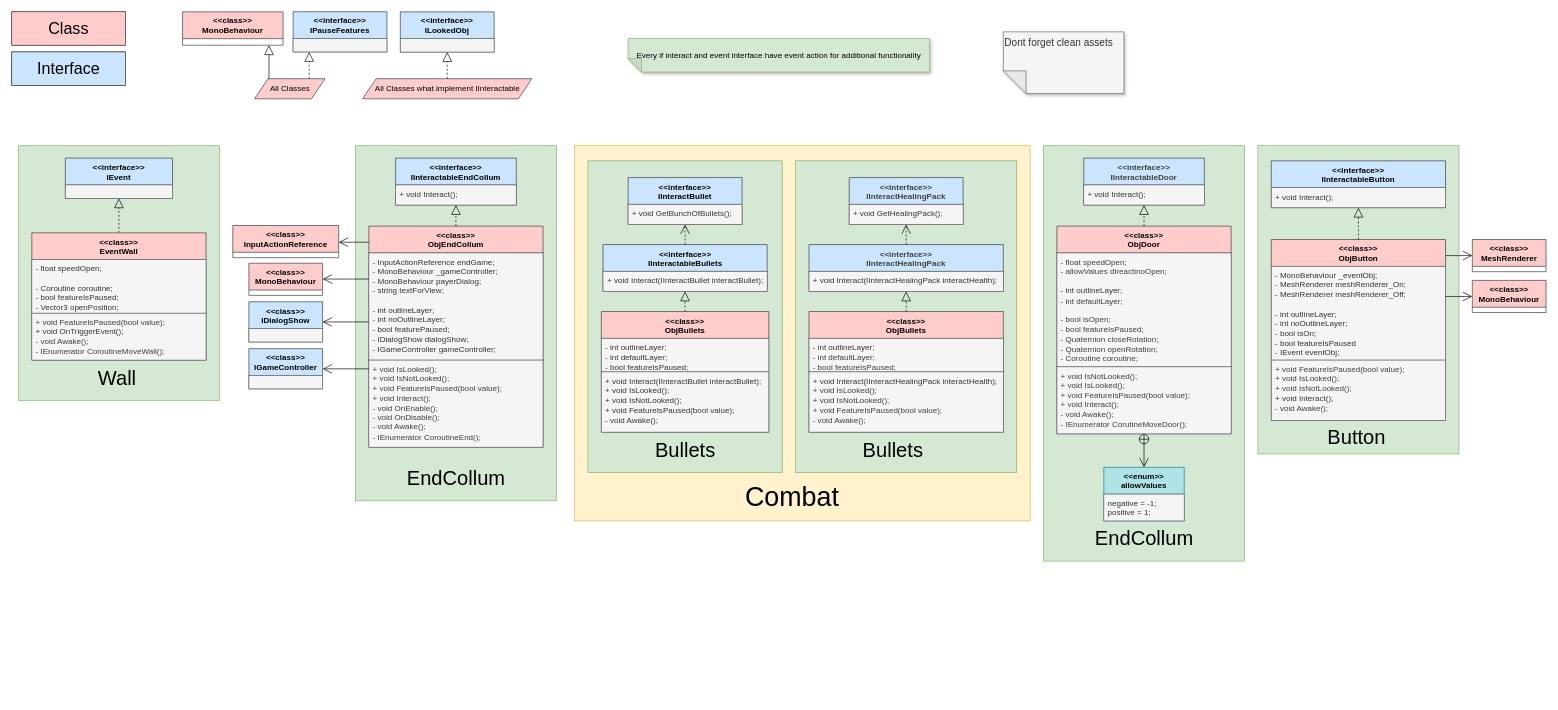
OGecgo/TheCatCult keeps this draw.io diagram as doc/Class_Diagram_Objects.drawio. Above is the earlier version. Source tidied: cells renumbered, new cells numbered last; positions are measured from the earlier drawing's top-left corner, leaving out a move shared by most shapes. Both pictures are drawn from the tidied source at 67%, with x=0, y=0 at pixel (11, 11).
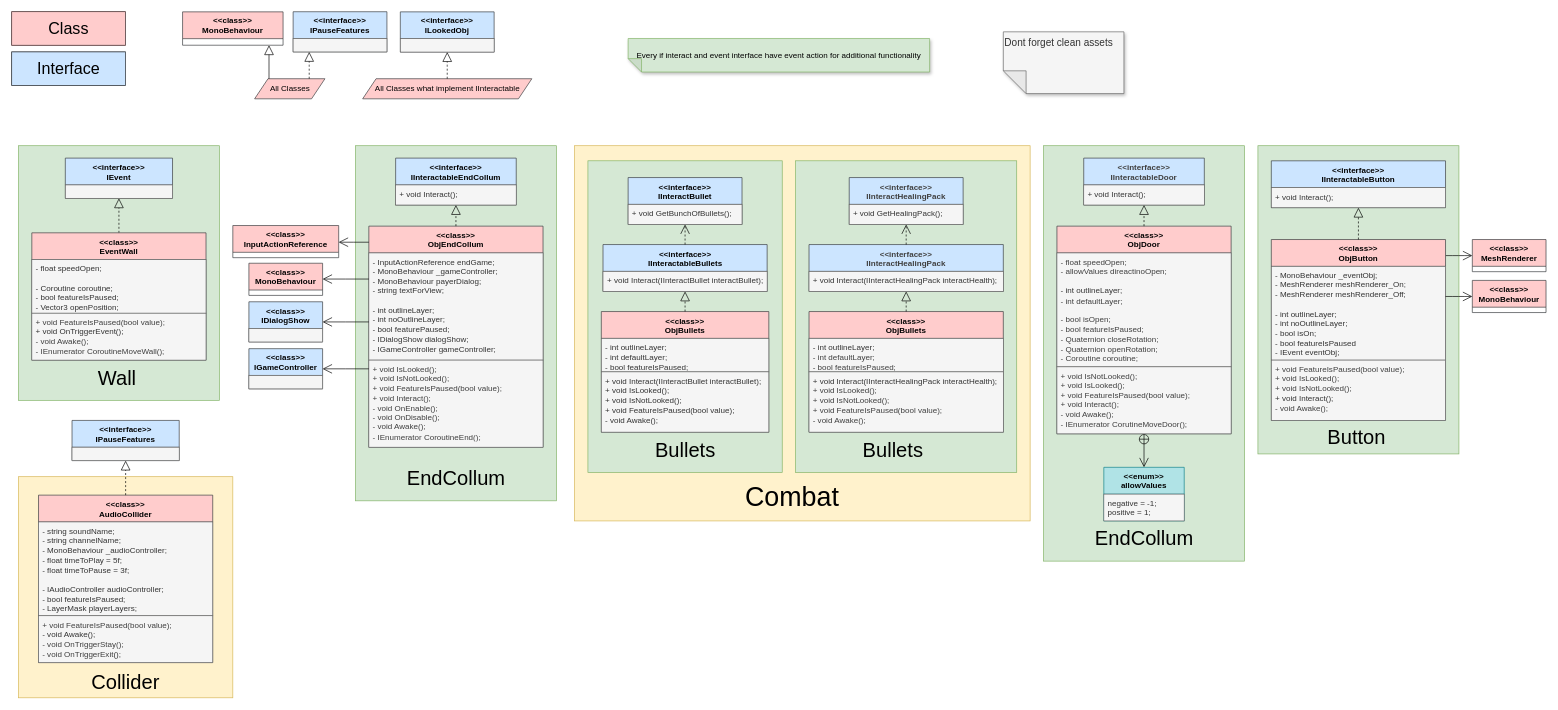
The same page after the edit.

The edit, as a diff of the source:
```diff
@@
+    <mxCell id="93" style="rounded=0;whiteSpace=wrap;html=1;fillColor=#fff2cc;strokeColor=#d6b656;" parent="1" vertex="1">
+      <mxGeometry x="10" y="694" width="320" height="330" as="geometry" />
+    </mxCell>
+    <mxCell id="94" value="&lt;div&gt;&amp;lt;&amp;lt;class&amp;gt;&amp;gt;&lt;/div&gt;&lt;div&gt;AudioCollider&lt;/div&gt;" style="swimlane;fontStyle=1;align=center;verticalAlign=top;horizontal=1;startSize=40;whiteSpace=wrap;html=1;fillColor=#ffcccc;strokeColor=#36393d;" parent="1" vertex="1">
+      <mxGeometry x="40" y="721.5" width="260" height="250" as="geometry" />
+    </mxCell>
+    <mxCell id="95" value="&lt;div&gt;&lt;font color=&quot;#333333&quot;&gt;- string soundName;&lt;/font&gt;&lt;/div&gt;&lt;div&gt;&lt;font color=&quot;#333333&quot;&gt;- string channelName;&lt;/font&gt;&lt;/div&gt;&lt;div&gt;&lt;font color=&quot;#333333&quot;&gt;- MonoBehaviour _audioController;&lt;/font&gt;&lt;/div&gt;&lt;div&gt;&lt;font color=&quot;#333333&quot;&gt;- float timeToPlay = 5f;&lt;/font&gt;&lt;/div&gt;&lt;div&gt;&lt;font color=&quot;#333333&quot;&gt;- float timeToPause = 3f;&lt;/font&gt;&lt;/div&gt;&lt;div&gt;&lt;font color=&quot;#333333&quot;&gt;&lt;br&gt;&lt;/font&gt;&lt;/div&gt;&lt;div&gt;&lt;font color=&quot;#333333&quot;&gt;- IAudioController audioController;&lt;/font&gt;&lt;/div&gt;&lt;div&gt;&lt;font color=&quot;#333333&quot;&gt;- bool featureIsPaused;&lt;/font&gt;&lt;/div&gt;&lt;div&gt;&lt;font color=&quot;#333333&quot;&gt;- LayerMask playerLayers;&lt;/font&gt;&lt;/div&gt;" style="text;align=left;verticalAlign=top;spacingLeft=4;spacingRight=4;overflow=hidden;whiteSpace=wrap;html=1;fillColor=#f5f5f5;fontColor=#333333;strokeColor=#666666;" parent="94" vertex="1">
+      <mxGeometry y="40" width="260" height="140" as="geometry" />
+    </mxCell>
+    <mxCell id="96" value="&lt;div&gt;&lt;span style=&quot;color: rgb(51, 51, 51); background-color: transparent;&quot;&gt;&lt;span style=&quot;color: rgb(63, 63, 63); background-color: transparent;&quot;&gt;+ void FeatureIsPaused(bool value);&lt;/span&gt;&lt;/span&gt;&lt;/div&gt;&lt;div&gt;&lt;span style=&quot;color: rgb(51, 51, 51); background-color: transparent;&quot;&gt;- void Awake();&lt;/span&gt;&lt;/div&gt;&lt;div&gt;&lt;span style=&quot;color: rgb(63, 63, 63); background-color: transparent;&quot;&gt;- void OnTriggerStay();&lt;/span&gt;&lt;/div&gt;&lt;div&gt;&lt;span style=&quot;color: rgb(63, 63, 63); background-color: transparent;&quot;&gt;- void&amp;nbsp;&lt;/span&gt;&lt;span style=&quot;color: rgb(63, 63, 63); background-color: transparent;&quot;&gt;OnTriggerExit&lt;/span&gt;&lt;span style=&quot;background-color: transparent;&quot;&gt;();&lt;/span&gt;&lt;/div&gt;" style="text;align=left;verticalAlign=top;spacingLeft=4;spacingRight=4;overflow=hidden;whiteSpace=wrap;html=1;fillColor=#f5f5f5;fontColor=#333333;strokeColor=#666666;" parent="94" vertex="1">
+      <mxGeometry y="180" width="260" height="70" as="geometry" />
+    </mxCell>
+    <mxCell id="97" value="&lt;div&gt;&amp;lt;&amp;lt;interface&amp;gt;&amp;gt;&lt;/div&gt;&lt;div&gt;IPauseFeatures&lt;/div&gt;" style="swimlane;fontStyle=1;align=center;verticalAlign=top;horizontal=1;startSize=40;whiteSpace=wrap;html=1;fillColor=#cce5ff;strokeColor=#36393d;" parent="1" vertex="1">
+      <mxGeometry x="90" y="610" width="160" height="60" as="geometry" />
+    </mxCell>
+    <mxCell id="98" style="text;align=left;verticalAlign=top;spacingLeft=4;spacingRight=4;overflow=hidden;whiteSpace=wrap;html=1;fillColor=#f5f5f5;fontColor=#333333;strokeColor=#666666;" parent="97" vertex="1">
+      <mxGeometry y="40" width="160" height="20" as="geometry" />
+    </mxCell>
+    <mxCell id="99" value="&lt;span&gt;Collider&lt;/span&gt;" style="text;html=1;whiteSpace=wrap;strokeColor=none;fillColor=none;align=center;verticalAlign=middle;rounded=0;fontSize=30;" parent="1" vertex="1">
+      <mxGeometry x="96.2" y="984" width="147.5" height="32.9" as="geometry" />
+    </mxCell>
+    <mxCell id="100" style="html=1;endSize=12;endArrow=block;endFill=0;rounded=0;edgeStyle=elbowEdgeStyle;dashed=1;" parent="1" edge="1" source="94" target="97">
+      <mxGeometry relative="1" as="geometry" />
+    </mxCell>
```
